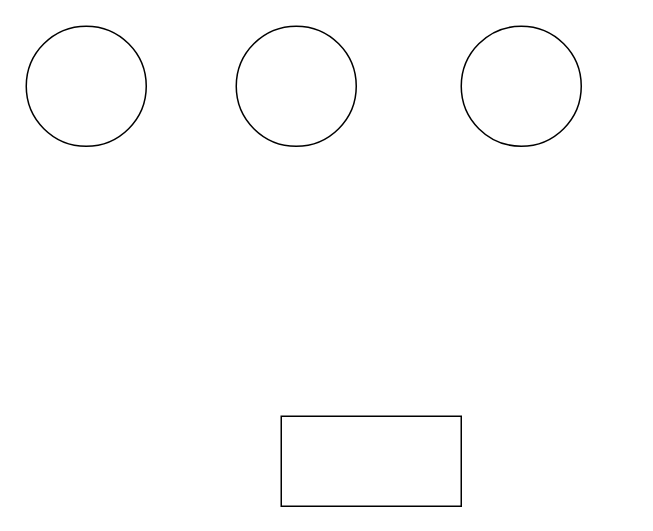
Above: diagram/圆形.drawio in harmsworth/draw (draw.io), before the change. Source tidied: cells renumbered, new cells numbered last; positions are measured from the earlier drawing's top-left corner, leaving out a move shared by most shapes. Both pictures are drawn from the tidied source at 150%, with x=0, y=0 at pixel (26, 26).
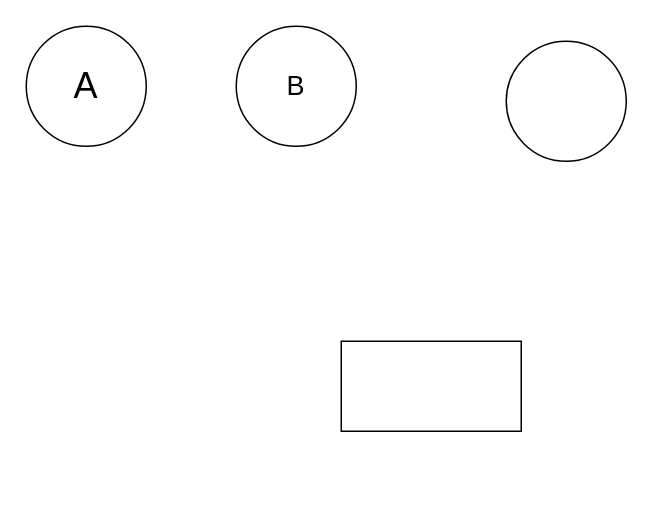
The same page after the edit.

What changed in the source:
```diff
@@
 <mxGraphModel>
   <root>
     <mxCell id="0" />
     <mxCell id="1" parent="0" />
-    <mxCell id="2" style="ellipse;whiteSpace=wrap;html=1;" parent="1" vertex="1">
+    <mxCell id="2" value="&lt;font style=&quot;font-size: 18px;&quot;&gt;B&lt;/font&gt;" style="ellipse;whiteSpace=wrap;html=1;" parent="1" vertex="1">
       <mxGeometry x="140" width="80" height="80" as="geometry" />
     </mxCell>
-    <mxCell id="3" style="ellipse;whiteSpace=wrap;html=1;direction=west;" parent="1" vertex="1">
+    <mxCell id="3" value="&lt;font style=&quot;font-size: 24px;&quot;&gt;A&lt;/font&gt;" style="ellipse;whiteSpace=wrap;html=1;direction=west;" parent="1" vertex="1">
       <mxGeometry width="80" height="80" as="geometry" />
     </mxCell>
-    <mxCell id="4" style="ellipse;whiteSpace=wrap;html=1;" parent="1" vertex="1">
-      <mxGeometry x="290" width="80" height="80" as="geometry" />
-    </mxCell>
     <mxCell id="5" style="whiteSpace=wrap;html=1;" parent="1" vertex="1">
-      <mxGeometry x="170" y="260" width="120" height="60" as="geometry" />
+      <mxGeometry x="210" y="210" width="120" height="60" as="geometry" />
     </mxCell>
+    <mxCell id="6" style="ellipse;whiteSpace=wrap;html=1;" parent="1" vertex="1">
+      <mxGeometry x="320" y="10" width="80" height="80" as="geometry" />
+    </mxCell>
   </root>
 </mxGraphModel>
```
